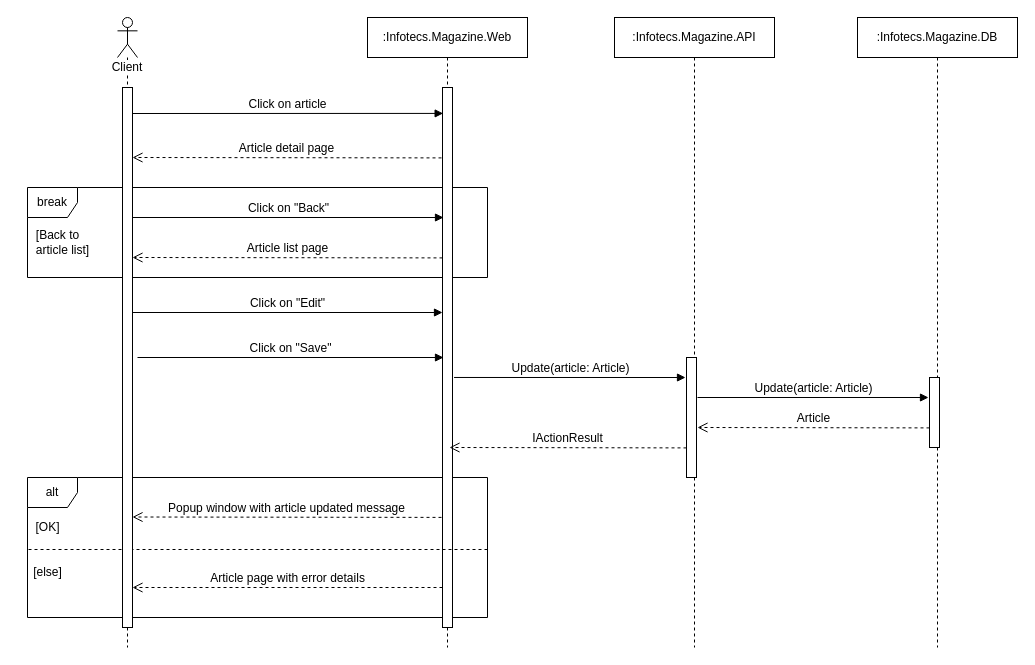
The draw.io diagram Artifacts/Sequence Diagram Update Article.drawio in HelenMakarchuk/Infotecs.Tasks, before the edit. Source tidied: cells renumbered, new cells numbered last; positions are measured from the earlier drawing's top-left corner, leaving out a move shared by most shapes. Both pictures are drawn from the tidied source at 100%, with x=0, y=0 at pixel (17, 17).
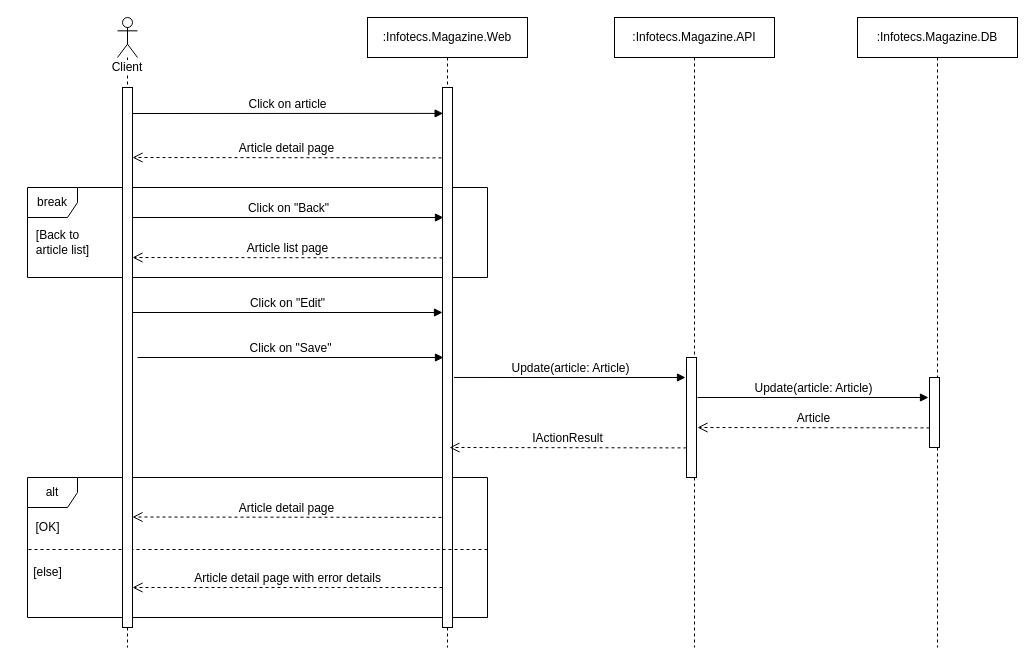
After the change.

Change to the diagram source:
```diff
@@
-    <mxCell id="11" value="Popup window with article updated message" style="html=1;verticalAlign=bottom;endArrow=open;dashed=1;endSize=8;exitX=0.073;exitY=0.158;exitDx=0;exitDy=0;exitPerimeter=0;entryX=1.103;entryY=0.157;entryDx=0;entryDy=0;entryPerimeter=0;fontSize=12;" parent="1" edge="1">
+    <mxCell id="11" value="Article detail page" style="html=1;verticalAlign=bottom;endArrow=open;dashed=1;endSize=8;exitX=0.073;exitY=0.158;exitDx=0;exitDy=0;exitPerimeter=0;entryX=1.103;entryY=0.157;entryDx=0;entryDy=0;entryPerimeter=0;fontSize=12;" parent="1" edge="1">
       <mxGeometry relative="1" as="geometry">
         <mxPoint x="424" y="499.9" as="sourcePoint" />
         <mxPoint x="115" y="499.5" as="targetPoint" />
       </mxGeometry>
     </mxCell>
@@
-    <mxCell id="16" value="Article page with error details" style="html=1;verticalAlign=bottom;endArrow=open;dashed=1;endSize=8;exitX=0.073;exitY=0.158;exitDx=0;exitDy=0;exitPerimeter=0;entryX=1.103;entryY=0.157;entryDx=0;entryDy=0;entryPerimeter=0;fontSize=12;" parent="1" edge="1">
+    <mxCell id="16" value="Article detail page&amp;nbsp;with error details" style="html=1;verticalAlign=bottom;endArrow=open;dashed=1;endSize=8;exitX=0.073;exitY=0.158;exitDx=0;exitDy=0;exitPerimeter=0;entryX=1.103;entryY=0.157;entryDx=0;entryDy=0;entryPerimeter=0;fontSize=12;" parent="1" edge="1">
       <mxGeometry relative="1" as="geometry">
         <mxPoint x="425" y="570" as="sourcePoint" />
         <mxPoint x="115" y="570" as="targetPoint" />
       </mxGeometry>
     </mxCell>
```
